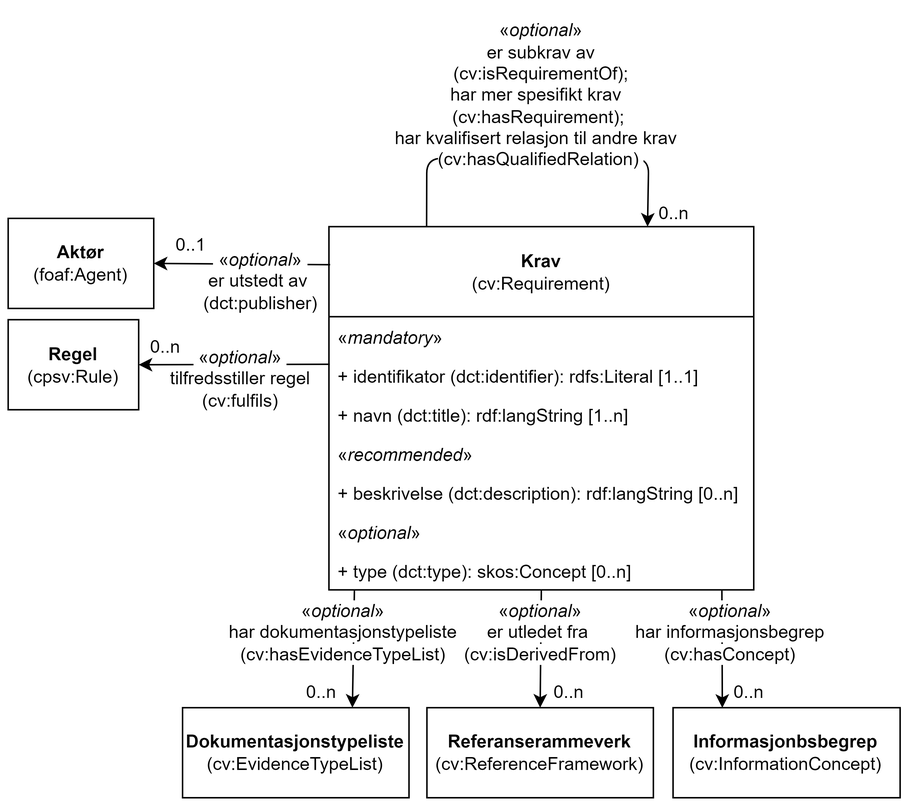
Above: docs/images/KlassenKrav.png in Informasjonsforvaltning/cccev-ap-no (draw.io), before the change. Source tidied: cells renumbered, new cells last; positions are measured from the earlier drawing's top-left corner, leaving out a move shared by most shapes.
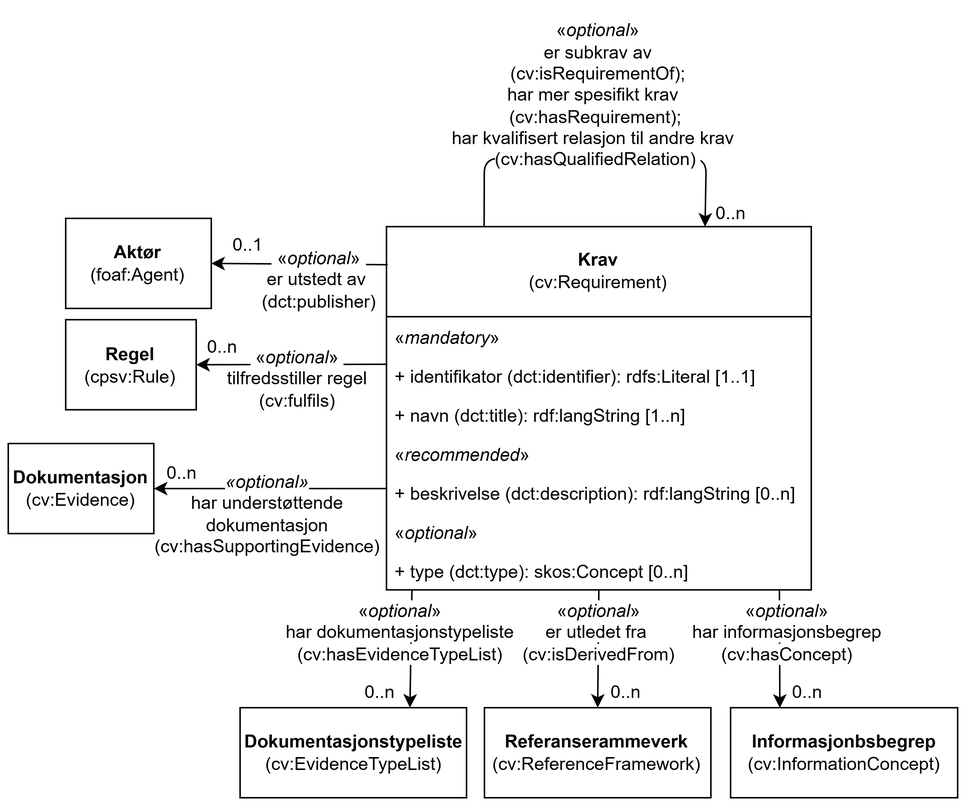
Above is the later version.

What changed in the source:
```diff
@@ -7,11 +7,11 @@
     </mxCell>
     <mxCell id="3" style="endArrow=classic;html=1;rounded=0;entryX=1;entryY=0.5;entryDx=0;entryDy=0;exitX=-0.001;exitY=0.87;exitDx=0;exitDy=0;exitPerimeter=0;" parent="1" edge="1" target="2">
       <mxGeometry relative="1" as="geometry">
-        <mxPoint x="214.4" y="237.2" as="sourcePoint" />
+        <mxPoint x="214.3" y="237.2" as="sourcePoint" />
       </mxGeometry>
     </mxCell>
     <mxCell id="4" value="&lt;span style=&quot;background-color: rgb(255, 255, 255);&quot;&gt;&amp;nbsp;«&lt;i style=&quot;&quot;&gt;optional&lt;/i&gt;»&amp;nbsp;&lt;br&gt;tilfredsstiller regel&lt;br&gt;(cv:fulfils)&lt;/span&gt;" style="text;html=1;strokeColor=none;fillColor=none;align=center;verticalAlign=middle;whiteSpace=wrap;rounded=0;" parent="1" vertex="1">
-      <mxGeometry x="97.6" y="220.5" width="113.6" height="52" as="geometry" />
+      <mxGeometry x="97.5" y="220.5" width="113.6" height="52" as="geometry" />
     </mxCell>
     <mxCell id="5" value="0..n" style="text;html=1;strokeColor=none;fillColor=none;align=center;verticalAlign=middle;whiteSpace=wrap;rounded=0;" parent="1" vertex="1">
       <mxGeometry x="87.8" y="216.5" width="34" height="20" as="geometry" />
@@ -35,7 +35,7 @@
       <mxGeometry relative="1" as="geometry" />
     </mxCell>
     <mxCell id="12" value="&lt;span style=&quot;background-color: rgb(255, 255, 255);&quot;&gt;&amp;nbsp;«&lt;i style=&quot;&quot;&gt;optional&lt;/i&gt;»&amp;nbsp;&lt;br&gt;&amp;nbsp;har dokumentasjonstypeliste&amp;nbsp;&lt;br&gt;(cv:hasEvidenceTypeList)&lt;/span&gt;" style="text;html=1;strokeColor=none;fillColor=none;align=center;verticalAlign=middle;whiteSpace=wrap;rounded=0;" parent="1" vertex="1">
-      <mxGeometry x="134.6" y="390" width="177.3" height="52" as="geometry" />
+      <mxGeometry x="134.5" y="390" width="177.3" height="52" as="geometry" />
     </mxCell>
     <mxCell id="13" value="0..n" style="text;html=1;strokeColor=none;fillColor=none;align=center;verticalAlign=middle;whiteSpace=wrap;rounded=0;" parent="1" vertex="1">
       <mxGeometry x="196.2" y="446" width="26" height="20" as="geometry" />
@@ -52,18 +52,18 @@
       <mxGeometry x="431" y="126.5" width="26" height="20" as="geometry" />
     </mxCell>
     <mxCell id="16" value="&lt;span style=&quot;background-color: rgb(255, 255, 255);&quot;&gt;«&lt;i style=&quot;&quot;&gt;optional&lt;/i&gt;»&lt;br&gt;er subkrav av&lt;br&gt;(cv:isRequirementOf);&lt;br&gt;har mer spesifikt krav&amp;nbsp;&amp;nbsp;&lt;br&gt;(cv:hasRequirement);&amp;nbsp;&lt;br&gt;har kvalifisert relasjon til andre krav&amp;nbsp;&amp;nbsp;&lt;br&gt;(cv:hasQualifiedRelation)&amp;nbsp;&lt;/span&gt;&lt;span style=&quot;background-color: rgb(255, 255, 0);&quot;&gt;&lt;br&gt;&lt;/span&gt;" style="text;html=1;strokeColor=none;fillColor=none;align=center;verticalAlign=middle;whiteSpace=wrap;rounded=0;" parent="1" vertex="1">
-      <mxGeometry x="241" width="228.8" height="115" as="geometry" />
+      <mxGeometry x="240.9" width="228.8" height="115" as="geometry" />
     </mxCell>
     <mxCell id="17" value="&lt;b&gt;Aktør&lt;/b&gt;&lt;br&gt;(foaf:Agent)" style="rounded=0;whiteSpace=wrap;html=1;fillColor=none;strokeColor=#000000;" parent="1" vertex="1">
-      <mxGeometry y="140" width="97" height="60" as="geometry" />
+      <mxGeometry x="-0.1" y="140" width="97" height="60" as="geometry" />
     </mxCell>
     <mxCell id="18" style="endArrow=classic;html=1;rounded=1;entryX=1;entryY=0.5;entryDx=0;entryDy=0;exitX=-0.005;exitY=0.679;exitDx=0;exitDy=0;exitPerimeter=0;" parent="1" edge="1" target="17">
       <mxGeometry relative="1" as="geometry">
-        <mxPoint x="214.6" y="170.9" as="sourcePoint" />
+        <mxPoint x="214.5" y="170.9" as="sourcePoint" />
       </mxGeometry>
     </mxCell>
     <mxCell id="19" value="0..1" style="text;html=1;strokeColor=none;fillColor=none;align=center;verticalAlign=middle;whiteSpace=wrap;rounded=0;" parent="1" vertex="1">
-      <mxGeometry x="108.6" y="148" width="26" height="20" as="geometry" />
+      <mxGeometry x="108.5" y="148" width="26" height="20" as="geometry" />
     </mxCell>
     <mxCell id="20" value="&lt;span style=&quot;background-color: rgb(255, 255, 255);&quot;&gt;&amp;nbsp;«&lt;i style=&quot;&quot;&gt;optional&lt;/i&gt;»&amp;nbsp;&lt;br&gt;er utstedt av&amp;nbsp;&lt;br&gt;(dct:publisher)&lt;/span&gt;" style="text;html=1;strokeColor=none;fillColor=none;align=center;verticalAlign=middle;whiteSpace=wrap;rounded=0;" parent="1" vertex="1">
       <mxGeometry x="123.4" y="155.5" width="91" height="52" as="geometry" />
@@ -75,13 +75,13 @@
       <mxGeometry relative="1" as="geometry" />
     </mxCell>
     <mxCell id="23" value="&lt;span style=&quot;background-color: rgb(255, 255, 255);&quot;&gt;«&lt;i style=&quot;&quot;&gt;optional&lt;/i&gt;»&lt;br&gt;er utledet fra&amp;nbsp;&lt;br&gt;(cv:isDerivedFrom)&lt;/span&gt;" style="text;html=1;strokeColor=none;fillColor=none;align=center;verticalAlign=middle;whiteSpace=wrap;rounded=0;" parent="1" vertex="1">
-      <mxGeometry x="315.4" y="390" width="80" height="52" as="geometry" />
+      <mxGeometry x="315.3" y="390" width="80" height="52" as="geometry" />
     </mxCell>
     <mxCell id="24" value="0..n" style="text;html=1;strokeColor=none;fillColor=none;align=center;verticalAlign=middle;whiteSpace=wrap;rounded=0;" parent="1" vertex="1">
       <mxGeometry x="360.6" y="446" width="26" height="20" as="geometry" />
     </mxCell>
     <mxCell id="25" value="&lt;b style=&quot;border-color: var(--border-color);&quot;&gt;Krav&lt;br style=&quot;border-color: var(--border-color);&quot;&gt;&lt;/b&gt;(cv:Requirement)" style="swimlane;fontStyle=0;horizontal=1;startSize=60;fillColor=none;whiteSpace=wrap;html=1;" parent="1" vertex="1">
-      <mxGeometry x="213.8" y="145.5" width="283.2" height="242" as="geometry" />
+      <mxGeometry x="213.7" y="145.5" width="283.2" height="242" as="geometry" />
     </mxCell>
     <mxCell id="26" value="«&lt;i&gt;mandatory&lt;/i&gt;»" style="text;strokeColor=none;fillColor=none;align=left;verticalAlign=top;spacingLeft=4;spacingRight=4;overflow=hidden;whiteSpace=wrap;html=1;" parent="25" vertex="1">
       <mxGeometry y="60" width="283.2" height="26" as="geometry" />
@@ -104,5 +104,19 @@
     <mxCell id="32" value="+&amp;nbsp;type (dct:type): skos:Concept [0..n]" style="text;strokeColor=none;fillColor=none;align=left;verticalAlign=top;spacingLeft=4;spacingRight=4;overflow=hidden;points=[[0,0.5],[1,0.5]];portConstraint=eastwest;whiteSpace=wrap;html=1;" parent="25" vertex="1">
       <mxGeometry y="216" width="283.2" height="26" as="geometry" />
     </mxCell>
+    <mxCell id="33" value="&lt;b&gt;Dokumentasjon&lt;/b&gt;&lt;br&gt;(cv:Evidence)" style="rounded=0;whiteSpace=wrap;html=1;fillColor=none;strokeColor=#000000;" parent="1" vertex="1">
+      <mxGeometry x="-38.4" y="290" width="97" height="60" as="geometry" />
+    </mxCell>
+    <mxCell id="34" style="endArrow=classic;html=1;rounded=0;exitX=0;exitY=0.333;exitDx=0;exitDy=0;exitPerimeter=0;entryX=1;entryY=0.5;entryDx=0;entryDy=0;" parent="1" edge="1" target="33">
+      <mxGeometry relative="1" as="geometry">
+        <mxPoint x="214.3" y="320" as="sourcePoint" />
+      </mxGeometry>
+    </mxCell>
+    <mxCell id="35" value="&lt;span style=&quot;background-color: light-dark(#ffffff, var(--ge-dark-color, #121212));&quot;&gt;&lt;i&gt;«optional»&lt;br&gt;&lt;/i&gt;har understøttende dokumentasjon&lt;br&gt;(cv:hasSupportingEvidence)&lt;/span&gt;" style="text;html=1;whiteSpace=wrap;strokeColor=none;fillColor=none;align=center;verticalAlign=middle;rounded=0;" parent="1" vertex="1">
+      <mxGeometry x="104.3" y="322" width="60" height="30" as="geometry" />
+    </mxCell>
+    <mxCell id="36" value="0..n" style="text;html=1;strokeColor=none;fillColor=none;align=center;verticalAlign=middle;whiteSpace=wrap;rounded=0;" parent="1" vertex="1">
+      <mxGeometry x="60.6" y="300" width="34" height="20" as="geometry" />
+    </mxCell>
   </root>
 </mxGraphModel>
```
